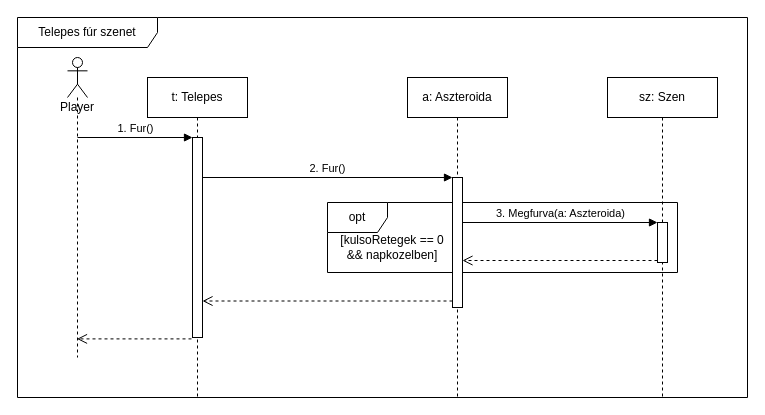
Above: page "Szen" (7 of 7) of doc/szekvencia/szek_TelepesFur.drawio in torpeBoiGo/aszteroidabanyaszat (draw.io), before the change. Source tidied: cells renumbered, new cells numbered last; positions are measured from the earlier drawing's top-left corner, leaving out a move shared by most shapes. Both pictures are drawn from the tidied source at 100%, with x=0, y=0 at pixel (17, 17).
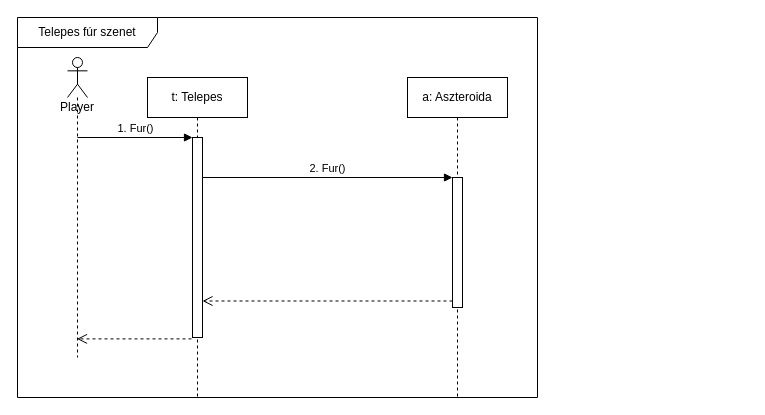
The same diagram, later.

Commit message (it also covers changes not shown here):
nincs megfurva()

What changed in the source:
```diff
@@
 <mxGraphModel>
   <root>
     <mxCell id="0" />
     <mxCell id="1" parent="0" />
     <mxCell id="2" value="Telepes fúr szenet" style="shape=umlFrame;whiteSpace=wrap;html=1;width=140;height=30;" parent="1" vertex="1">
-      <mxGeometry width="730" height="380" as="geometry" />
+      <mxGeometry width="520" height="380" as="geometry" />
     </mxCell>
-    <mxCell id="3" value="opt" style="shape=umlFrame;whiteSpace=wrap;html=1;" parent="1" vertex="1">
-      <mxGeometry x="310" y="185" width="350" height="70" as="geometry" />
-    </mxCell>
     <mxCell id="4" value="t: Telepes" style="shape=umlLifeline;perimeter=lifelinePerimeter;whiteSpace=wrap;html=1;" parent="1" vertex="1">
       <mxGeometry x="130" y="60" width="100" height="320" as="geometry" />
     </mxCell>
     <mxCell id="5" style="html=1;points=[];perimeter=orthogonalPerimeter;" parent="4" vertex="1">
       <mxGeometry x="45" y="60" width="10" height="200" as="geometry" />
     </mxCell>
     <mxCell id="6" value="1. Fur()" style="html=1;verticalAlign=bottom;endArrow=block;entryX=0;entryY=0;" parent="4" edge="1" target="5">
       <mxGeometry relative="1" as="geometry">
         <mxPoint x="-70" y="60" as="sourcePoint" />
       </mxGeometry>
     </mxCell>
     <mxCell id="7" value="a: Aszteroida" style="shape=umlLifeline;perimeter=lifelinePerimeter;whiteSpace=wrap;html=1;" parent="1" vertex="1">
       <mxGeometry x="390" y="60" width="100" height="320" as="geometry" />
     </mxCell>
     <mxCell id="8" style="html=1;points=[];perimeter=orthogonalPerimeter;" parent="7" vertex="1">
       <mxGeometry x="45" y="100" width="10" height="130" as="geometry" />
     </mxCell>
     <mxCell id="9" value="2. Fur()" style="html=1;verticalAlign=bottom;endArrow=block;entryX=0;entryY=0;" parent="1" edge="1" source="5" target="8">
       <mxGeometry relative="1" as="geometry" />
     </mxCell>
     <mxCell id="10" style="html=1;verticalAlign=bottom;endArrow=open;dashed=1;endSize=8;exitX=0;exitY=0.95;" parent="1" edge="1" source="8" target="5">
       <mxGeometry x="0.02" y="54" relative="1" as="geometry" />
     </mxCell>
-    <mxCell id="11" value="sz: Szen" style="shape=umlLifeline;perimeter=lifelinePerimeter;whiteSpace=wrap;html=1;" parent="1" vertex="1">
-      <mxGeometry x="590" y="60" width="110" height="320" as="geometry" />
-    </mxCell>
-    <mxCell id="12" style="html=1;points=[];perimeter=orthogonalPerimeter;" parent="11" vertex="1">
-      <mxGeometry x="50" y="145" width="10" height="40" as="geometry" />
-    </mxCell>
-    <mxCell id="13" value="3. Megfurva(a: Aszteroida)" style="html=1;verticalAlign=bottom;endArrow=block;entryX=0;entryY=0;" parent="1" edge="1" source="8" target="12">
-      <mxGeometry relative="1" as="geometry" />
-    </mxCell>
-    <mxCell id="14" style="html=1;verticalAlign=bottom;endArrow=open;dashed=1;endSize=8;exitX=0;exitY=0.95;" parent="1" edge="1" source="12" target="8">
-      <mxGeometry x="-0.09" y="52" relative="1" as="geometry" />
-    </mxCell>
-    <mxCell id="15" value="[kulsoRetegek == 0 &amp;amp;&amp;amp; napkozelben]" style="text;html=1;strokeColor=none;fillColor=none;align=center;verticalAlign=middle;whiteSpace=wrap;rounded=0;" parent="1" vertex="1">
-      <mxGeometry x="320" y="220" width="110" height="20" as="geometry" />
-    </mxCell>
     <mxCell id="16" value="Player" style="shape=umlLifeline;participant=umlActor;perimeter=lifelinePerimeter;whiteSpace=wrap;html=1;verticalAlign=top;spacingTop=36;outlineConnect=0;" parent="1" vertex="1">
       <mxGeometry x="50" y="40" width="20" height="300" as="geometry" />
     </mxCell>
     <mxCell id="17" style="html=1;verticalAlign=bottom;endArrow=open;dashed=1;endSize=8;exitX=-0.1;exitY=1.007;exitDx=0;exitDy=0;exitPerimeter=0;" parent="1" edge="1" source="5" target="16">
       <mxGeometry x="0.24" y="77" relative="1" as="geometry" />
     </mxCell>
   </root>
 </mxGraphModel>
```
